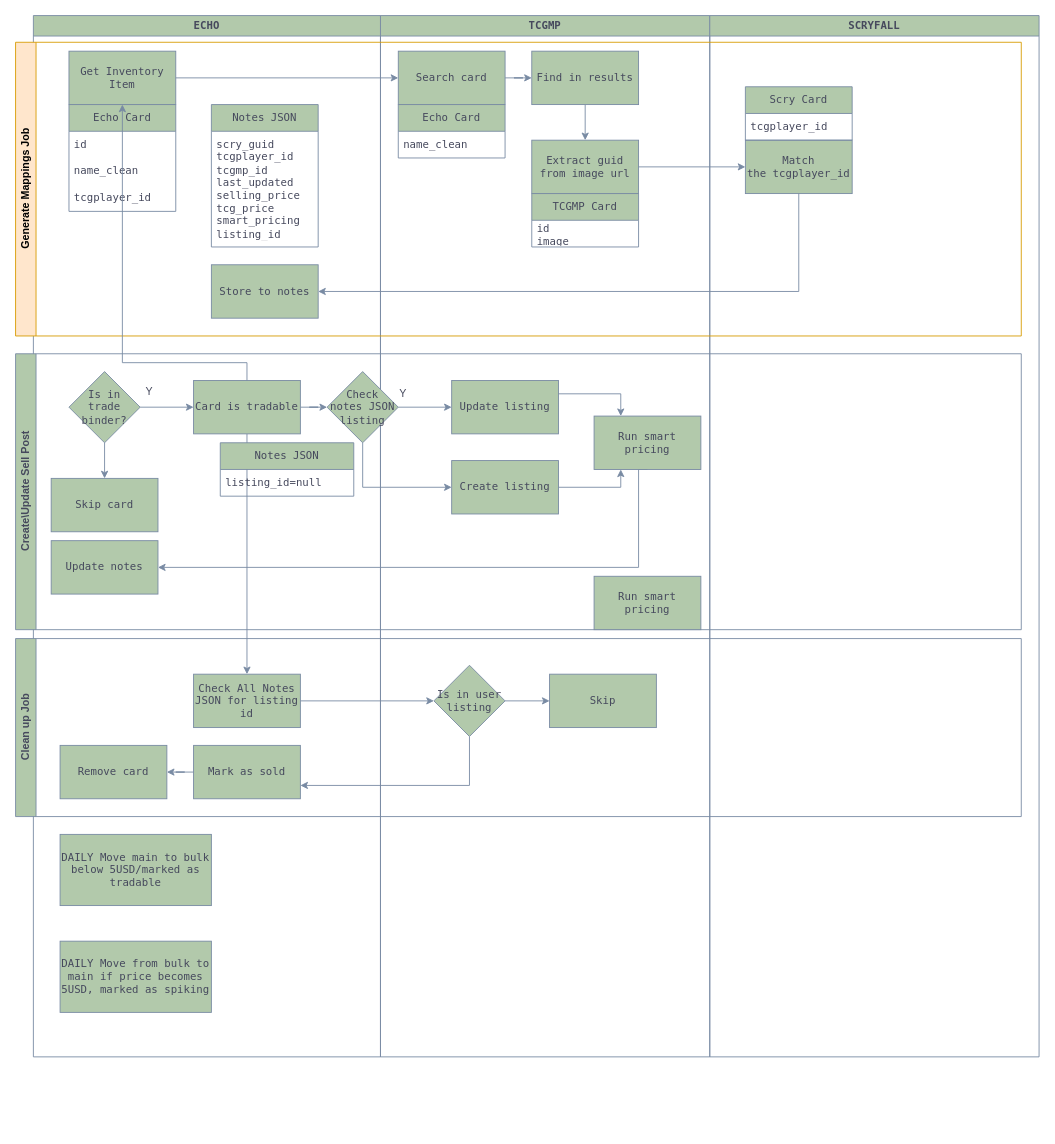
Before: workflows/purchases/diagrams/tcg_mp.drawio in brianbartilet/harqis-work, a draw.io diagram. Source tidied: cells renumbered, new cells numbered last; positions are measured from the earlier drawing's top-left corner, leaving out a move shared by most shapes. Both pictures are drawn from the tidied source at 89%, with x=0, y=0 at pixel (15, 15).
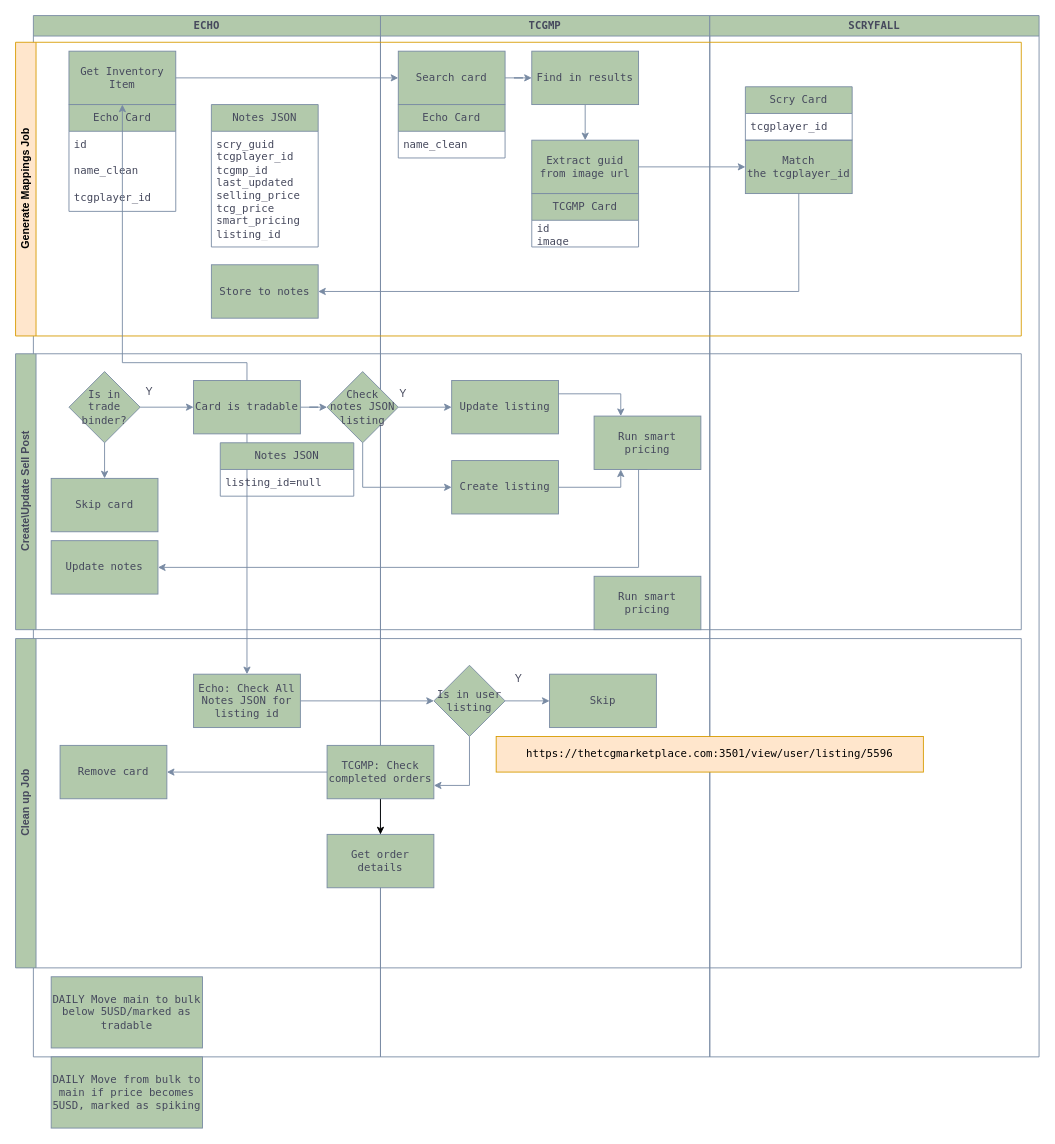
The same page after the edit.

Commit message (it also covers changes not shown here):
(work) update tcg orders

Unchanged cells that the change refers to:
```xml
<mxCell id="12" value="ECHO" style="swimlane;whiteSpace=wrap;html=1;fontFamily=Lucida Console;labelBackgroundColor=none;fillColor=#B2C9AB;strokeColor=#788AA3;fontColor=#46495D;" parent="1" vertex="1">
  <mxGeometry x="20" width="390" height="1170" as="geometry" />
</mxCell>
```

What changed in the source:
```diff
@@
     <mxCell id="19" value="DAILY Move main to bulk below 5USD/marked as tradable" style="rounded=0;whiteSpace=wrap;html=1;fontFamily=Lucida Console;labelBackgroundColor=none;fillColor=#B2C9AB;strokeColor=#788AA3;fontColor=#46495D;" parent="12" vertex="1">
-      <mxGeometry x="30" y="920" width="170" height="80" as="geometry" />
+      <mxGeometry x="20" y="1080" width="170" height="80" as="geometry" />
     </mxCell>
-    <mxCell id="20" value="DAILY Move from bulk to main if price becomes 5USD, marked as spiking" style="rounded=0;whiteSpace=wrap;html=1;fontFamily=Lucida Console;labelBackgroundColor=none;fillColor=#B2C9AB;strokeColor=#788AA3;fontColor=#46495D;" parent="12" vertex="1">
-      <mxGeometry x="30" y="1040" width="170" height="80" as="geometry" />
-    </mxCell>
@@
     <mxCell id="55" value="Clean up Job" style="swimlane;horizontal=0;whiteSpace=wrap;html=1;labelBackgroundColor=none;fillColor=#B2C9AB;strokeColor=#788AA3;fontColor=#46495D;" parent="1" vertex="1">
-      <mxGeometry y="700" width="1130" height="200" as="geometry" />
+      <mxGeometry y="700" width="1130" height="370" as="geometry" />
     </mxCell>
@@
-    <mxCell id="57" value="Check All Notes JSON for listing id" style="rounded=0;whiteSpace=wrap;html=1;fontFamily=Lucida Console;labelBackgroundColor=none;fillColor=#B2C9AB;strokeColor=#788AA3;fontColor=#46495D;" parent="55" vertex="1">
+    <mxCell id="57" value="Echo: Check All Notes JSON for listing id" style="rounded=0;whiteSpace=wrap;html=1;fontFamily=Lucida Console;labelBackgroundColor=none;fillColor=#B2C9AB;strokeColor=#788AA3;fontColor=#46495D;" parent="55" vertex="1">
       <mxGeometry x="200" y="40" width="120" height="60" as="geometry" />
     </mxCell>
@@
+    <mxCell id="65" style="edgeStyle=orthogonalEdgeStyle;rounded=0;jettySize=auto;html=1;exitX=0.5;exitY=1;exitDx=0;exitDy=0;" parent="55" edge="1" source="62" target="68">
+      <mxGeometry relative="1" as="geometry" />
+    </mxCell>
-    <mxCell id="62" value="Mark as sold" style="rounded=0;whiteSpace=wrap;html=1;fontFamily=Lucida Console;labelBackgroundColor=none;fillColor=#B2C9AB;strokeColor=#788AA3;fontColor=#46495D;" parent="55" vertex="1">
-      <mxGeometry x="200" y="120" width="120" height="60" as="geometry" />
+    <mxCell id="62" value="TCGMP: Check completed orders" style="rounded=0;whiteSpace=wrap;html=1;fontFamily=Lucida Console;labelBackgroundColor=none;fillColor=#B2C9AB;strokeColor=#788AA3;fontColor=#46495D;" parent="55" vertex="1">
+      <mxGeometry x="350" y="120" width="120" height="60" as="geometry" />
     </mxCell>
@@
+    <mxCell id="66" value="Y" style="text;html=1;align=center;verticalAlign=middle;strokeColor=none;fillColor=none;labelBackgroundColor=none;fontColor=#46495D;" parent="55" vertex="1">
+      <mxGeometry x="550" y="30" width="30" height="30" as="geometry" />
+    </mxCell>
+    <mxCell id="67" value="&lt;font face=&quot;Lucida Console&quot;&gt;https://thetcgmarketplace.com:3501/view/user/listing/5596&lt;/font&gt;" style="rounded=0;whiteSpace=wrap;html=1;fillColor=#ffe6cc;strokeColor=#d79b00;" parent="55" vertex="1">
+      <mxGeometry x="540" y="110" width="480" height="40" as="geometry" />
+    </mxCell>
+    <mxCell id="68" value="Get order details" style="rounded=0;whiteSpace=wrap;html=1;fontFamily=Lucida Console;labelBackgroundColor=none;fillColor=#B2C9AB;strokeColor=#788AA3;fontColor=#46495D;" parent="55" vertex="1">
+      <mxGeometry x="350" y="220" width="120" height="60" as="geometry" />
+    </mxCell>
+    <mxCell id="20" value="DAILY Move from bulk to main if price becomes 5USD, marked as spiking" style="rounded=0;whiteSpace=wrap;html=1;fontFamily=Lucida Console;labelBackgroundColor=none;fillColor=#B2C9AB;strokeColor=#788AA3;fontColor=#46495D;" parent="1" vertex="1">
+      <mxGeometry x="40" y="1170" width="170" height="80" as="geometry" />
+    </mxCell>
```
